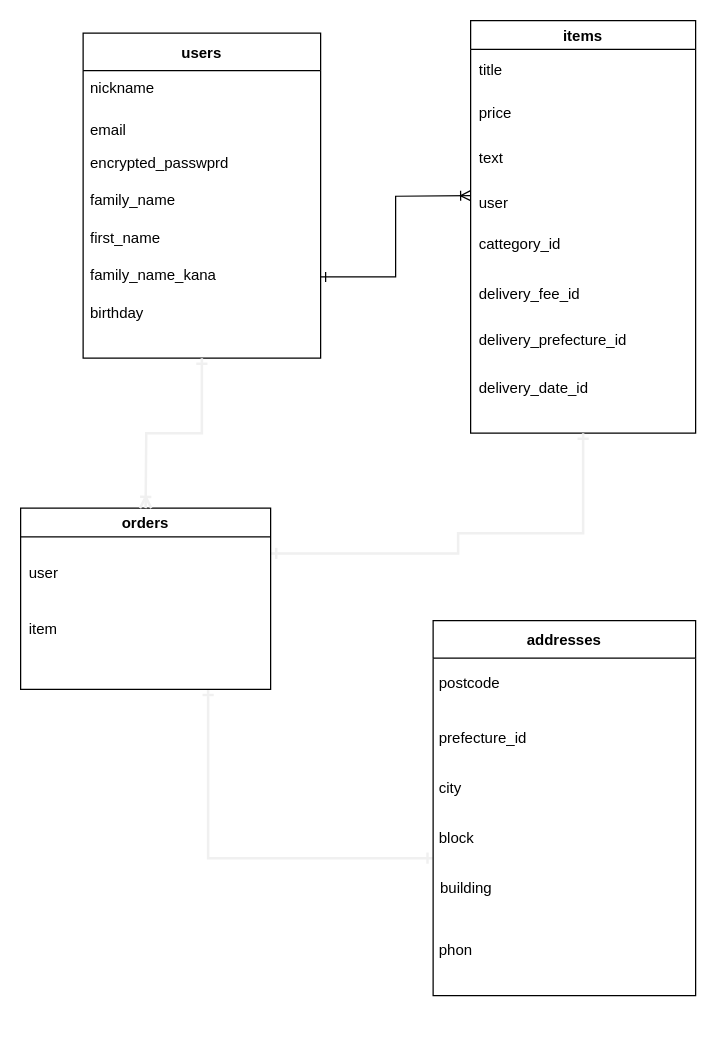
Earlier version of the draw.io diagram ER図.dio (akkyflair/furima-36121). Source tidied: cells renumbered, new cells numbered last; positions are measured from the earlier drawing's top-left corner, leaving out a move shared by most shapes. Both pictures are drawn from the tidied source at 125%, with x=0, y=0 at pixel (20, 20).
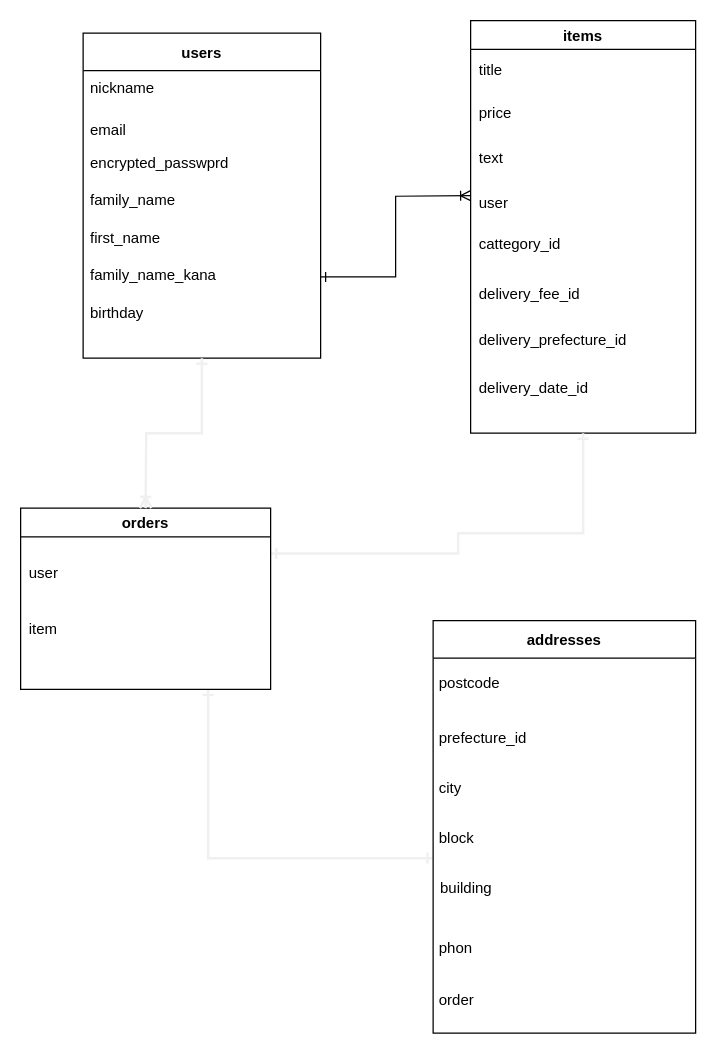
The same diagram, later.

Commit message (it also covers changes not shown here):
データベース設計修正

Diff of the diagram source:
```diff
@@
     <mxCell id="16" value="addresses" style="swimlane;startSize=30;" parent="1" vertex="1">
-      <mxGeometry x="330" y="480" width="210" height="300" as="geometry" />
+      <mxGeometry x="330" y="480" width="210" height="330" as="geometry" />
     </mxCell>
@@
     <mxCell id="21" value="phon" style="text;strokeColor=none;fillColor=none;align=left;verticalAlign=top;spacingLeft=4;spacingRight=4;overflow=hidden;" parent="16" vertex="1">
-      <mxGeometry x="-1" y="250" width="201" height="26" as="geometry" />
+      <mxGeometry x="-1" y="248" width="201" height="26" as="geometry" />
     </mxCell>
+    <mxCell id="33" value="order" style="text;strokeColor=none;fillColor=none;align=left;verticalAlign=top;spacingLeft=4;spacingRight=4;overflow=hidden;" parent="16" vertex="1">
+      <mxGeometry x="-1" y="290" width="201" height="26" as="geometry" />
+    </mxCell>
```
